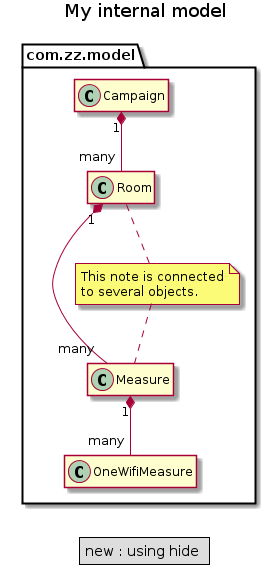
The PlantUML diagram slides/sample_class_diag/sample_class_diag_12.png in nbossard/plantuml_demo, before a commit.
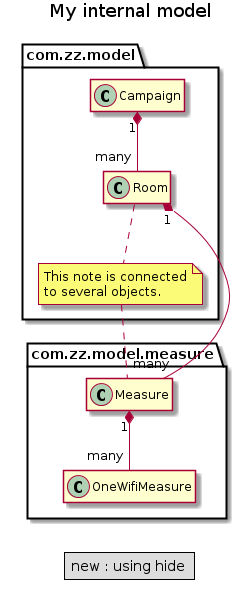
The same diagram one commit later.

Commit message:
Improving sample class diag

Change to the diagram source:
```diff
@@ -1,19 +1,20 @@
 @startuml
 	title My internal model
 
+	package com.zz.model.measure {
+		class com.zz.model.measure.Measure {
+			mTimestamp
+			+ getWifis()
+		}
+		class com.zz.model.measure.OneWifiMeasure
+	}
 
-	class com.zz.model.Measure {
-		mTimestamp
-		+ getWifis()
-	}
-	class com.zz.model.OneWifiMeasure
-
-	com.zz.model.Measure "1" *--  "many" com.zz.model.OneWifiMeasure
+	com.zz.model.measure.Measure "1" *--  "many" com.zz.model.measure.OneWifiMeasure
 
 
 	note "This note is connected\nto several objects." as com.zz.model.Note
 	com.zz.model.Room .. com.zz.model.Note
-	com.zz.model.Note .. com.zz.model.Measure
+	com.zz.model.Note .. com.zz.model.measure.Measure
 
 	hide methods
 	hide members
@@ -22,7 +23,7 @@
 	class com.zz.model.Room
 
 	com.zz.model.Campaign "1" *-- "many" com.zz.model.Room
-	com.zz.model.Room "1" *--  "many" com.zz.model.Measure
+	com.zz.model.Room "1" *--  "many" com.zz.model.measure.Measure
 
 	legend
 		new : using hide
```
